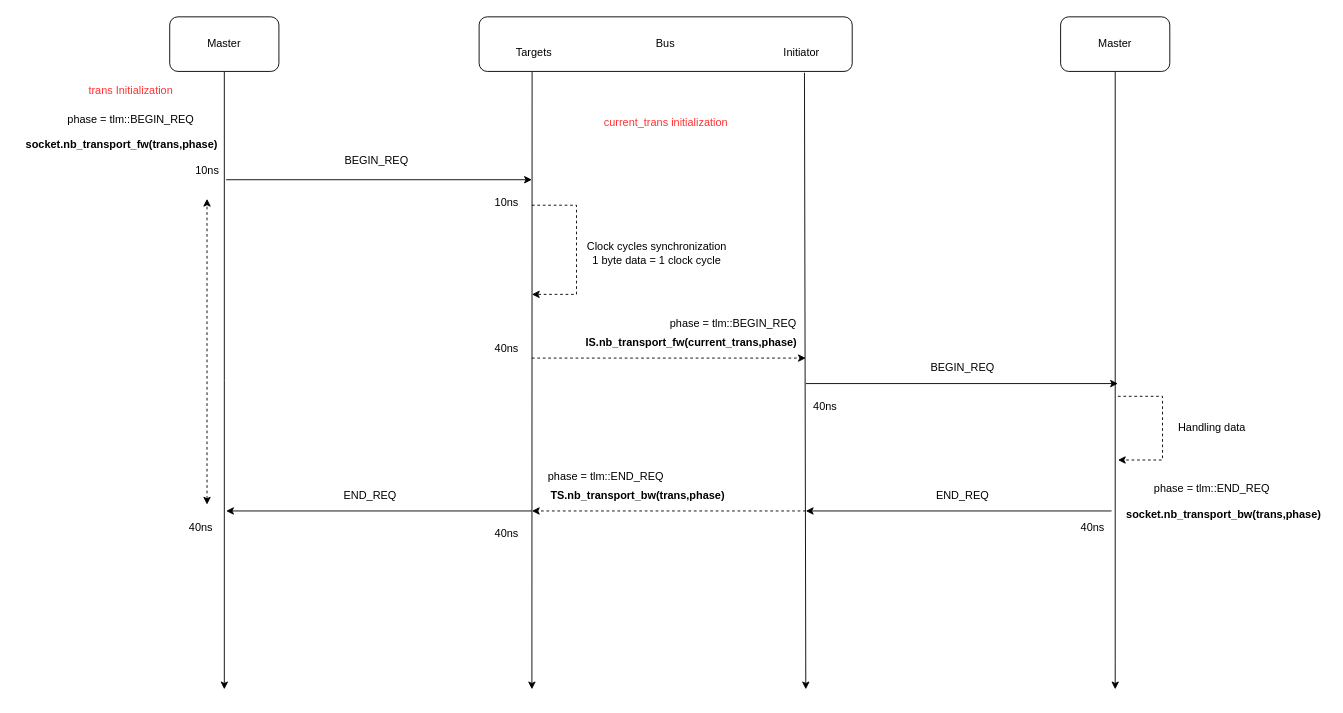
Above: page "BusMMIOAT2Phases" (2 of 3) of docs/SystemCDesign.drawio in Winxkin/SystemCDemo (draw.io), before the change. Source tidied: cells renumbered, new cells numbered last; positions are measured from the earlier drawing's top-left corner, leaving out a move shared by most shapes. Both pictures are drawn from the tidied source at 91%, with x=0, y=0 at pixel (15, 16).
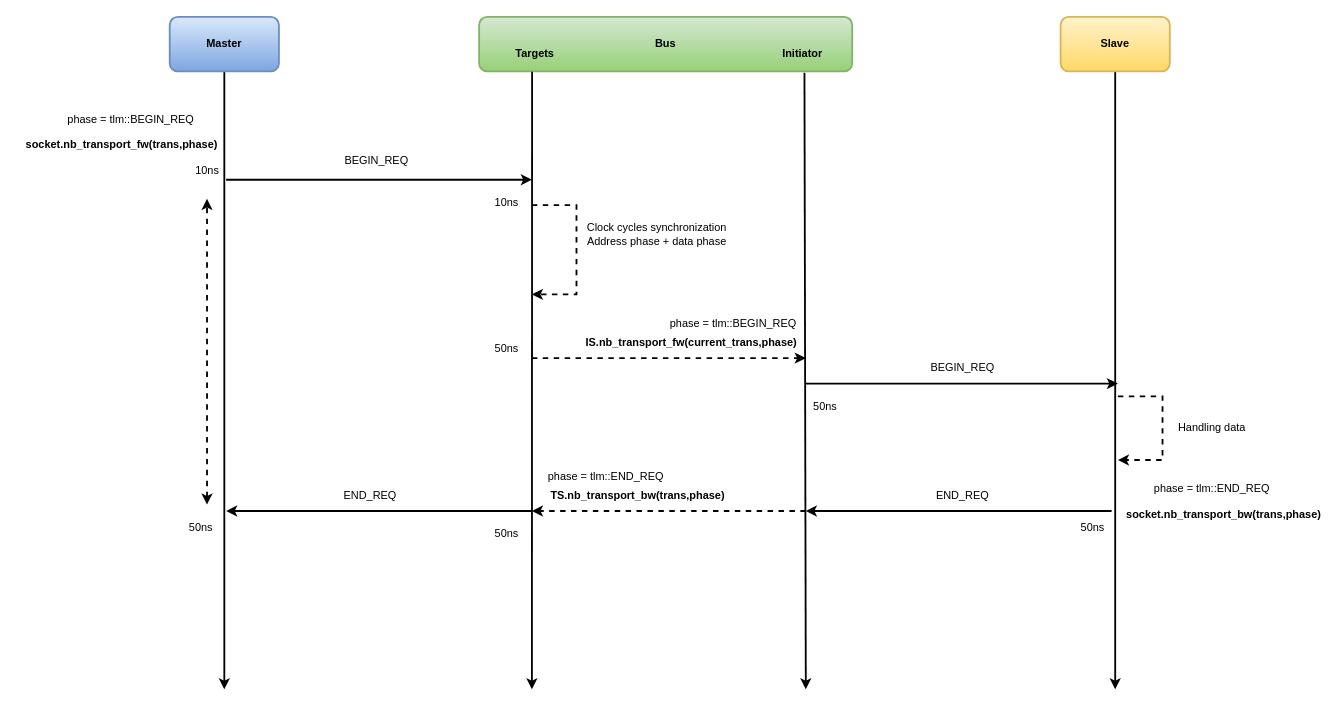
The same page after the edit.

The edit, as a diff of the source:
```diff
@@
-    <mxCell id="2" style="edgeStyle=orthogonalEdgeStyle;rounded=0;jettySize=auto;html=1;" parent="1" edge="1" source="3">
+    <mxCell id="2" style="edgeStyle=orthogonalEdgeStyle;rounded=0;jettySize=auto;html=1;strokeWidth=2;" parent="1" edge="1" source="3">
       <mxGeometry relative="1" as="geometry">
         <mxPoint x="229" y="739" as="targetPoint" />
       </mxGeometry>
     </mxCell>
-    <mxCell id="3" value="Master" style="rounded=1;whiteSpace=wrap;html=1;" parent="1" vertex="1">
+    <mxCell id="3" value="&lt;b&gt;Master&lt;/b&gt;" style="rounded=1;whiteSpace=wrap;html=1;fillColor=#dae8fc;gradientColor=#7ea6e0;strokeColor=#6c8ebf;strokeWidth=2;" parent="1" vertex="1">
       <mxGeometry x="169" width="120" height="60" as="geometry" />
     </mxCell>
-    <mxCell id="4" value="Bus" style="rounded=1;whiteSpace=wrap;html=1;" parent="1" vertex="1">
+    <mxCell id="4" value="&lt;b&gt;Bus&lt;/b&gt;" style="rounded=1;whiteSpace=wrap;html=1;fillColor=#d5e8d4;strokeColor=#82b366;gradientColor=#97d077;strokeWidth=2;" parent="1" vertex="1">
       <mxGeometry x="509" width="410" height="60" as="geometry" />
     </mxCell>
-    <mxCell id="5" style="edgeStyle=orthogonalEdgeStyle;rounded=0;jettySize=auto;html=1;" parent="1" edge="1" source="6">
+    <mxCell id="5" style="edgeStyle=orthogonalEdgeStyle;rounded=0;jettySize=auto;html=1;strokeWidth=2;" parent="1" edge="1" source="6">
       <mxGeometry relative="1" as="geometry">
         <mxPoint x="1208" y="739" as="targetPoint" />
         <Array as="points">
           <mxPoint x="1208" y="711" />
         </Array>
       </mxGeometry>
     </mxCell>
-    <mxCell id="6" value="Master" style="rounded=1;whiteSpace=wrap;html=1;" parent="1" vertex="1">
+    <mxCell id="6" value="&lt;b&gt;Slave&lt;/b&gt;" style="rounded=1;whiteSpace=wrap;html=1;fillColor=#fff2cc;gradientColor=#ffd966;strokeColor=#d6b656;strokeWidth=2;" parent="1" vertex="1">
       <mxGeometry x="1148" width="120" height="60" as="geometry" />
     </mxCell>
-    <mxCell id="7" value="Targets" style="text;html=1;align=center;verticalAlign=middle;strokeColor=none;fillColor=none;" parent="1" vertex="1">
-      <mxGeometry x="539" y="25" width="60" height="30" as="geometry" />
+    <mxCell id="7" value="&lt;b&gt;Targets&lt;/b&gt;" style="text;html=1;align=center;verticalAlign=middle;strokeColor=none;fillColor=none;strokeWidth=2;" parent="1" vertex="1">
+      <mxGeometry x="538" y="23" width="63" height="35" as="geometry" />
     </mxCell>
-    <mxCell id="8" value="Initiator" style="text;html=1;align=center;verticalAlign=middle;strokeColor=none;fillColor=none;" parent="1" vertex="1">
-      <mxGeometry x="833" y="25" width="60" height="30" as="geometry" />
+    <mxCell id="8" value="&lt;b&gt;Initiator&lt;/b&gt;" style="text;html=1;align=center;verticalAlign=middle;strokeColor=none;fillColor=none;strokeWidth=2;" parent="1" vertex="1">
+      <mxGeometry x="832" y="23" width="63" height="35" as="geometry" />
     </mxCell>
-    <mxCell id="9" style="endArrow=classic;html=1;rounded=0;exitX=0.142;exitY=1.006;exitDx=0;exitDy=0;exitPerimeter=0;" parent="1" edge="1" source="4">
+    <mxCell id="9" style="endArrow=classic;html=1;rounded=0;exitX=0.142;exitY=1.006;exitDx=0;exitDy=0;exitPerimeter=0;strokeWidth=2;" parent="1" edge="1" source="4">
       <mxGeometry relative="1" as="geometry">
         <mxPoint x="567" y="739" as="targetPoint" />
       </mxGeometry>
     </mxCell>
-    <mxCell id="10" style="endArrow=classic;html=1;rounded=0;exitX=0.872;exitY=1.024;exitDx=0;exitDy=0;exitPerimeter=0;" parent="1" edge="1" source="4">
+    <mxCell id="10" style="endArrow=classic;html=1;rounded=0;exitX=0.872;exitY=1.024;exitDx=0;exitDy=0;exitPerimeter=0;strokeWidth=2;" parent="1" edge="1" source="4">
       <mxGeometry relative="1" as="geometry">
         <mxPoint x="868" y="739" as="targetPoint" />
       </mxGeometry>
     </mxCell>
-    <mxCell id="11" value="&lt;b&gt;socket.nb_transport_fw(trans,phase)&lt;/b&gt;" style="text;html=1;align=center;verticalAlign=middle;strokeColor=none;fillColor=none;" parent="1" vertex="1">
+    <mxCell id="11" value="&lt;b&gt;socket.nb_transport_fw(trans,phase)&lt;/b&gt;" style="text;html=1;align=center;verticalAlign=middle;strokeColor=none;fillColor=none;strokeWidth=2;" parent="1" vertex="1">
       <mxGeometry y="123" width="231" height="35" as="geometry" />
     </mxCell>
-    <mxCell id="12" value="&lt;font color=&quot;#ff3333&quot;&gt;trans Initialization&lt;/font&gt;" style="text;html=1;align=center;verticalAlign=middle;strokeColor=none;fillColor=none;" parent="1" vertex="1">
-      <mxGeometry x="69.5" y="63" width="112" height="35" as="geometry" />
-    </mxCell>
-    <mxCell id="13" value="phase = tlm::BEGIN_REQ" style="text;html=1;align=center;verticalAlign=middle;strokeColor=none;fillColor=none;" parent="1" vertex="1">
+    <mxCell id="13" value="phase = tlm::BEGIN_REQ" style="text;html=1;align=center;verticalAlign=middle;strokeColor=none;fillColor=none;strokeWidth=2;" parent="1" vertex="1">
       <mxGeometry x="45" y="95" width="161" height="35" as="geometry" />
     </mxCell>
-    <mxCell id="14" style="endArrow=classic;html=1;rounded=0;" parent="1" edge="1">
+    <mxCell id="14" style="endArrow=classic;html=1;rounded=0;strokeWidth=2;" parent="1" edge="1">
       <mxGeometry relative="1" as="geometry">
         <mxPoint x="231" y="179" as="sourcePoint" />
         <mxPoint x="567" y="179" as="targetPoint" />
       </mxGeometry>
     </mxCell>
-    <mxCell id="15" value="BEGIN_REQ" style="text;html=1;align=center;verticalAlign=middle;strokeColor=none;fillColor=none;" parent="1" vertex="1">
+    <mxCell id="15" value="BEGIN_REQ" style="text;html=1;align=center;verticalAlign=middle;strokeColor=none;fillColor=none;strokeWidth=2;" parent="1" vertex="1">
       <mxGeometry x="350" y="140" width="91" height="35" as="geometry" />
     </mxCell>
-    <mxCell id="16" value="&lt;font color=&quot;#ff3333&quot;&gt;current_trans initialization&lt;/font&gt;" style="text;html=1;align=center;verticalAlign=middle;strokeColor=none;fillColor=none;" parent="1" vertex="1">
-      <mxGeometry x="637" y="98" width="154" height="35" as="geometry" />
-    </mxCell>
-    <mxCell id="17" style="endArrow=classic;html=1;rounded=0;dashed=1;" parent="1" edge="1">
+    <mxCell id="17" style="endArrow=classic;html=1;rounded=0;dashed=1;strokeWidth=2;" parent="1" edge="1">
       <mxGeometry relative="1" as="geometry">
         <mxPoint x="567" y="207" as="sourcePoint" />
         <mxPoint x="567" y="305" as="targetPoint" />
         <Array as="points">
           <mxPoint x="616" y="207" />
           <mxPoint x="616" y="305" />
         </Array>
       </mxGeometry>
     </mxCell>
-    <mxCell id="18" value="Clock cycles synchronization&lt;div&gt;1 byte data = 1 clock cycle&lt;/div&gt;" style="text;html=1;align=center;verticalAlign=middle;strokeColor=none;fillColor=none;" parent="1" vertex="1">
-      <mxGeometry x="616" y="235" width="175" height="49" as="geometry" />
+    <mxCell id="18" value="Clock cycles synchronization&lt;div&gt;Address phase + data phase&lt;/div&gt;" style="text;html=1;align=center;verticalAlign=middle;strokeColor=none;fillColor=none;strokeWidth=2;" parent="1" vertex="1">
+      <mxGeometry x="616" y="214" width="175" height="49" as="geometry" />
     </mxCell>
-    <mxCell id="19" style="endArrow=classic;html=1;rounded=0;dashed=1;" parent="1" edge="1">
+    <mxCell id="19" style="endArrow=classic;html=1;rounded=0;dashed=1;strokeWidth=2;" parent="1" edge="1">
       <mxGeometry relative="1" as="geometry">
         <mxPoint x="567" y="375" as="sourcePoint" />
         <mxPoint x="868" y="375" as="targetPoint" />
       </mxGeometry>
     </mxCell>
-    <mxCell id="20" value="&lt;b&gt;IS.nb_transport_fw(current_trans,phase)&lt;/b&gt;" style="text;html=1;align=center;verticalAlign=middle;strokeColor=none;fillColor=none;" parent="1" vertex="1">
+    <mxCell id="20" value="&lt;b&gt;IS.nb_transport_fw(current_trans,phase)&lt;/b&gt;" style="text;html=1;align=center;verticalAlign=middle;strokeColor=none;fillColor=none;strokeWidth=2;" parent="1" vertex="1">
       <mxGeometry x="616" y="340" width="252" height="35" as="geometry" />
     </mxCell>
-    <mxCell id="21" value="phase = tlm::BEGIN_REQ" style="text;html=1;align=center;verticalAlign=middle;strokeColor=none;fillColor=none;" parent="1" vertex="1">
+    <mxCell id="21" value="phase = tlm::BEGIN_REQ" style="text;html=1;align=center;verticalAlign=middle;strokeColor=none;fillColor=none;strokeWidth=2;" parent="1" vertex="1">
       <mxGeometry x="707" y="319" width="161" height="35" as="geometry" />
     </mxCell>
-    <mxCell id="22" style="endArrow=classic;html=1;rounded=0;" parent="1" edge="1">
+    <mxCell id="22" style="endArrow=classic;html=1;rounded=0;strokeWidth=2;" parent="1" edge="1">
       <mxGeometry relative="1" as="geometry">
         <mxPoint x="868" y="403" as="sourcePoint" />
         <mxPoint x="1211" y="403" as="targetPoint" />
       </mxGeometry>
     </mxCell>
-    <mxCell id="23" value="BEGIN_REQ" style="text;html=1;align=center;verticalAlign=middle;strokeColor=none;fillColor=none;" parent="1" vertex="1">
+    <mxCell id="23" value="BEGIN_REQ" style="text;html=1;align=center;verticalAlign=middle;strokeColor=none;fillColor=none;strokeWidth=2;" parent="1" vertex="1">
       <mxGeometry x="994" y="368" width="91" height="35" as="geometry" />
     </mxCell>
-    <mxCell id="24" style="endArrow=classic;html=1;rounded=0;dashed=1;" parent="1" edge="1">
+    <mxCell id="24" style="endArrow=classic;html=1;rounded=0;dashed=1;strokeWidth=2;" parent="1" edge="1">
       <mxGeometry relative="1" as="geometry">
         <mxPoint x="1211" y="417" as="sourcePoint" />
         <mxPoint x="1211" y="487" as="targetPoint" />
         <Array as="points">
           <mxPoint x="1260" y="417" />
           <mxPoint x="1260" y="487" />
         </Array>
       </mxGeometry>
     </mxCell>
-    <mxCell id="25" value="Handling data" style="text;html=1;align=center;verticalAlign=middle;strokeColor=none;fillColor=none;" parent="1" vertex="1">
+    <mxCell id="25" value="Handling data" style="text;html=1;align=center;verticalAlign=middle;strokeColor=none;fillColor=none;strokeWidth=2;" parent="1" vertex="1">
       <mxGeometry x="1268" y="434" width="91" height="35" as="geometry" />
     </mxCell>
-    <mxCell id="26" style="endArrow=classic;html=1;rounded=0;" parent="1" edge="1">
+    <mxCell id="26" style="endArrow=classic;html=1;rounded=0;strokeWidth=2;" parent="1" edge="1">
       <mxGeometry relative="1" as="geometry">
         <mxPoint x="1204" y="543" as="sourcePoint" />
         <mxPoint x="868" y="543" as="targetPoint" />
       </mxGeometry>
     </mxCell>
-    <mxCell id="27" value="&lt;b&gt;socket.nb_transport_bw(trans,phase)&lt;/b&gt;" style="text;html=1;align=center;verticalAlign=middle;strokeColor=none;fillColor=none;" parent="1" vertex="1">
+    <mxCell id="27" value="&lt;b&gt;socket.nb_transport_bw(trans,phase)&lt;/b&gt;" style="text;html=1;align=center;verticalAlign=middle;strokeColor=none;fillColor=none;strokeWidth=2;" parent="1" vertex="1">
       <mxGeometry x="1211" y="529" width="231" height="35" as="geometry" />
     </mxCell>
-    <mxCell id="28" value="phase = tlm::END_REQ" style="text;html=1;align=center;verticalAlign=middle;strokeColor=none;fillColor=none;" parent="1" vertex="1">
+    <mxCell id="28" value="phase = tlm::END_REQ" style="text;html=1;align=center;verticalAlign=middle;strokeColor=none;fillColor=none;strokeWidth=2;" parent="1" vertex="1">
       <mxGeometry x="1240" y="501" width="147" height="35" as="geometry" />
     </mxCell>
-    <mxCell id="29" value="END_REQ" style="text;html=1;align=center;verticalAlign=middle;strokeColor=none;fillColor=none;" parent="1" vertex="1">
+    <mxCell id="29" value="END_REQ" style="text;html=1;align=center;verticalAlign=middle;strokeColor=none;fillColor=none;strokeWidth=2;" parent="1" vertex="1">
       <mxGeometry x="1001" y="508" width="77" height="35" as="geometry" />
     </mxCell>
-    <mxCell id="30" style="endArrow=classic;html=1;rounded=0;dashed=1;" parent="1" edge="1">
+    <mxCell id="30" style="endArrow=classic;html=1;rounded=0;dashed=1;strokeWidth=2;" parent="1" edge="1">
       <mxGeometry relative="1" as="geometry">
         <mxPoint x="868" y="543" as="sourcePoint" />
         <mxPoint x="567" y="543" as="targetPoint" />
       </mxGeometry>
     </mxCell>
-    <mxCell id="31" value="phase = tlm::END_REQ" style="text;html=1;align=center;verticalAlign=middle;strokeColor=none;fillColor=none;" parent="1" vertex="1">
+    <mxCell id="31" value="phase = tlm::END_REQ" style="text;html=1;align=center;verticalAlign=middle;strokeColor=none;fillColor=none;strokeWidth=2;" parent="1" vertex="1">
       <mxGeometry x="574" y="487" width="147" height="35" as="geometry" />
     </mxCell>
-    <mxCell id="32" value="&lt;b&gt;TS.nb_transport_bw(trans,phase)&lt;/b&gt;" style="text;html=1;align=center;verticalAlign=middle;strokeColor=none;fillColor=none;" parent="1" vertex="1">
+    <mxCell id="32" value="&lt;b&gt;TS.nb_transport_bw(trans,phase)&lt;/b&gt;" style="text;html=1;align=center;verticalAlign=middle;strokeColor=none;fillColor=none;strokeWidth=2;" parent="1" vertex="1">
       <mxGeometry x="578" y="508" width="210" height="35" as="geometry" />
     </mxCell>
-    <mxCell id="33" style="endArrow=classic;html=1;rounded=0;" parent="1" edge="1">
+    <mxCell id="33" style="endArrow=classic;html=1;rounded=0;strokeWidth=2;" parent="1" edge="1">
       <mxGeometry relative="1" as="geometry">
         <mxPoint x="567" y="543" as="sourcePoint" />
         <mxPoint x="231" y="543" as="targetPoint" />
       </mxGeometry>
     </mxCell>
-    <mxCell id="34" value="END_REQ" style="text;html=1;align=center;verticalAlign=middle;strokeColor=none;fillColor=none;" parent="1" vertex="1">
+    <mxCell id="34" value="END_REQ" style="text;html=1;align=center;verticalAlign=middle;strokeColor=none;fillColor=none;strokeWidth=2;" parent="1" vertex="1">
       <mxGeometry x="350" y="508" width="77" height="35" as="geometry" />
     </mxCell>
-    <mxCell id="35" value="10ns" style="text;html=1;align=center;verticalAlign=middle;strokeColor=none;fillColor=none;" parent="1" vertex="1">
+    <mxCell id="35" value="10ns" style="text;html=1;align=center;verticalAlign=middle;strokeColor=none;fillColor=none;strokeWidth=2;" parent="1" vertex="1">
       <mxGeometry x="189" y="151" width="42" height="35" as="geometry" />
     </mxCell>
-    <mxCell id="36" value="10ns" style="text;html=1;align=center;verticalAlign=middle;strokeColor=none;fillColor=none;" parent="1" vertex="1">
+    <mxCell id="36" value="10ns" style="text;html=1;align=center;verticalAlign=middle;strokeColor=none;fillColor=none;strokeWidth=2;" parent="1" vertex="1">
       <mxGeometry x="518" y="186" width="42" height="35" as="geometry" />
     </mxCell>
-    <mxCell id="37" value="40ns" style="text;html=1;align=center;verticalAlign=middle;strokeColor=none;fillColor=none;" parent="1" vertex="1">
+    <mxCell id="37" value="50ns" style="text;html=1;align=center;verticalAlign=middle;strokeColor=none;fillColor=none;strokeWidth=2;" parent="1" vertex="1">
       <mxGeometry x="518" y="347" width="42" height="35" as="geometry" />
     </mxCell>
-    <mxCell id="38" value="40ns" style="text;html=1;align=center;verticalAlign=middle;strokeColor=none;fillColor=none;" parent="1" vertex="1">
+    <mxCell id="38" value="50ns" style="text;html=1;align=center;verticalAlign=middle;strokeColor=none;fillColor=none;strokeWidth=2;" parent="1" vertex="1">
       <mxGeometry x="868" y="410" width="42" height="35" as="geometry" />
     </mxCell>
-    <mxCell id="39" value="40ns" style="text;html=1;align=center;verticalAlign=middle;strokeColor=none;fillColor=none;" parent="1" vertex="1">
+    <mxCell id="39" value="50ns" style="text;html=1;align=center;verticalAlign=middle;strokeColor=none;fillColor=none;strokeWidth=2;" parent="1" vertex="1">
       <mxGeometry x="1162" y="543" width="42" height="35" as="geometry" />
     </mxCell>
-    <mxCell id="40" value="40ns" style="text;html=1;align=center;verticalAlign=middle;strokeColor=none;fillColor=none;" parent="1" vertex="1">
+    <mxCell id="40" value="50ns" style="text;html=1;align=center;verticalAlign=middle;strokeColor=none;fillColor=none;strokeWidth=2;" parent="1" vertex="1">
       <mxGeometry x="518" y="550" width="42" height="35" as="geometry" />
     </mxCell>
-    <mxCell id="41" value="40ns" style="text;html=1;align=center;verticalAlign=middle;strokeColor=none;fillColor=none;" parent="1" vertex="1">
+    <mxCell id="41" value="50ns" style="text;html=1;align=center;verticalAlign=middle;strokeColor=none;fillColor=none;strokeWidth=2;" parent="1" vertex="1">
       <mxGeometry x="181.5" y="543" width="42" height="35" as="geometry" />
     </mxCell>
-    <mxCell id="42" style="endArrow=classic;startArrow=classic;html=1;rounded=0;dashed=1;" parent="1" edge="1">
+    <mxCell id="42" style="endArrow=classic;startArrow=classic;html=1;rounded=0;dashed=1;strokeWidth=2;" parent="1" edge="1">
       <mxGeometry relative="1" as="geometry">
         <mxPoint x="210" y="536" as="sourcePoint" />
         <mxPoint x="210" y="200" as="targetPoint" />
       </mxGeometry>
     </mxCell>
```
